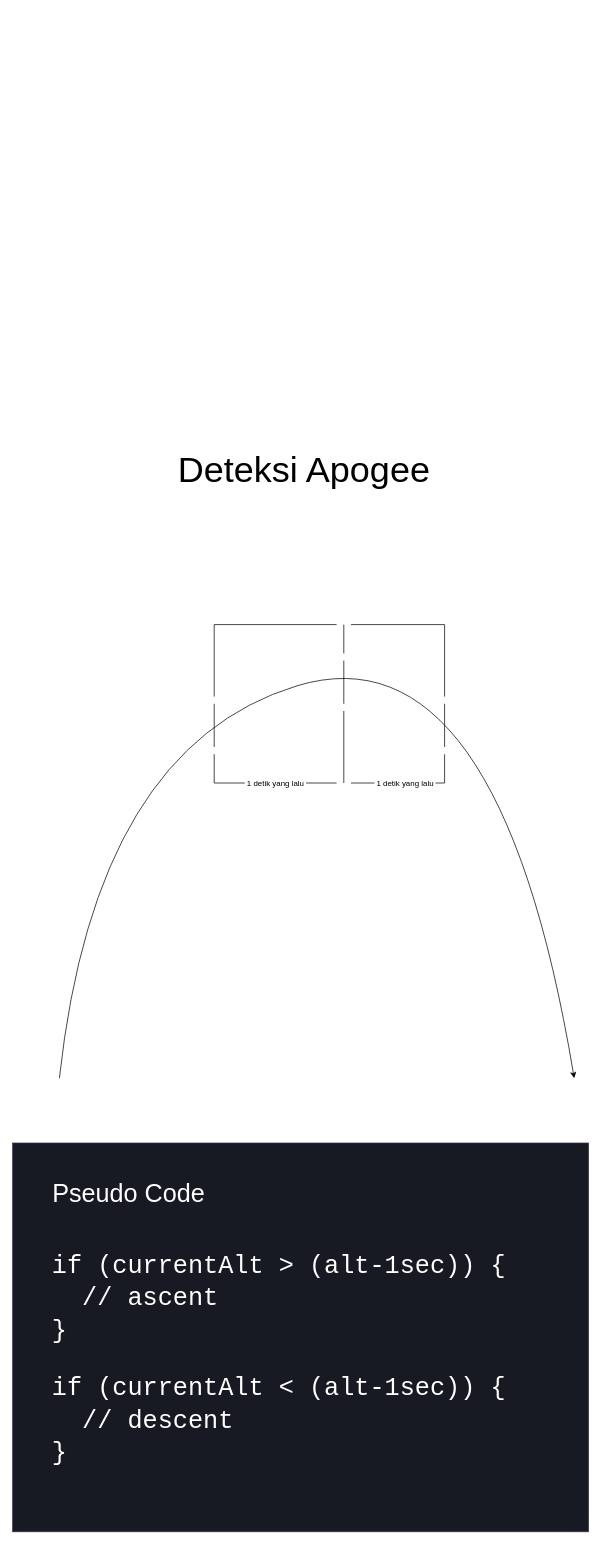
Above: page "Apogee Detection" (7 of 9) of Mekanisme.drawio in reacto11mecha/draft-model-rocket (draw.io), before the change. Source tidied: cells renumbered, new cells numbered last; positions are measured from the earlier drawing's top-left corner, leaving out a move shared by most shapes. Both pictures are drawn from the tidied source at 72%, with x=0, y=0 at pixel (12, 415).
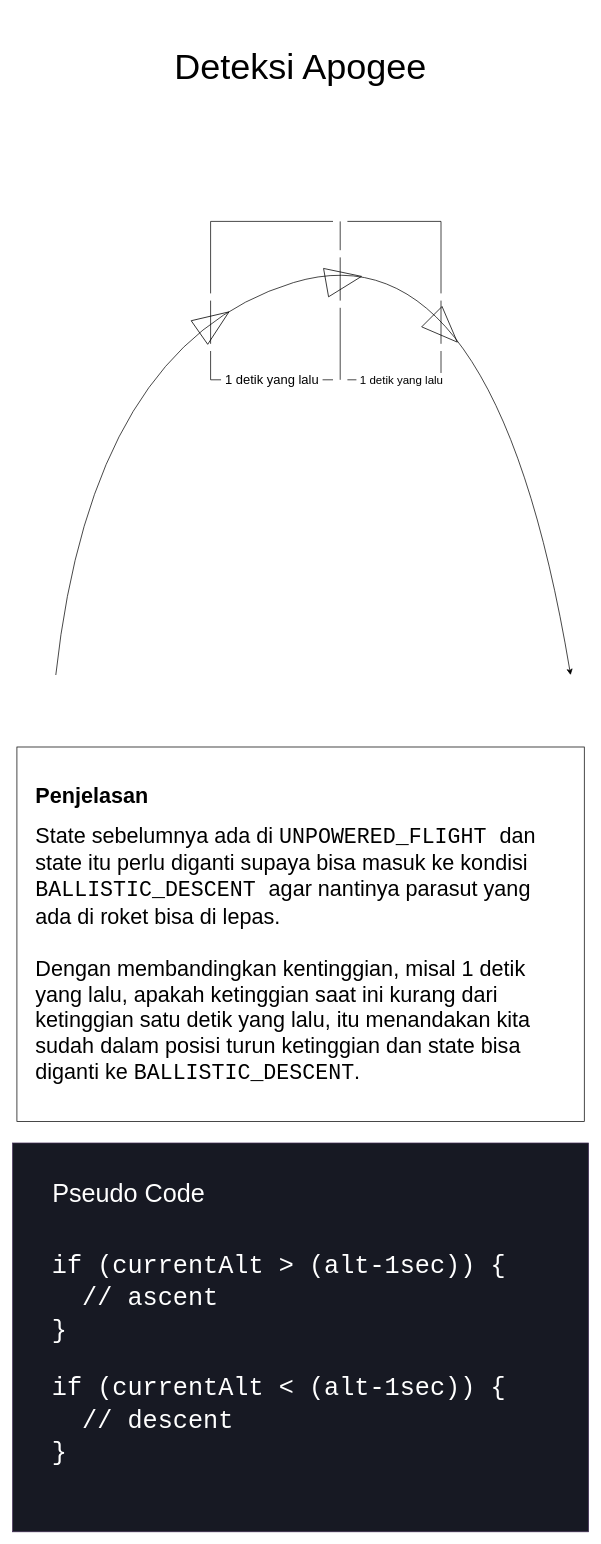
Above is the later version.

Commit message (it also covers changes not shown here):
menambahkan penjelasan

Change to the diagram source:
```diff
@@
+    <mxCell id="22" style="triangle;whiteSpace=wrap;html=1;fontFamily=Courier New;fontSize=16;rotation=45;" parent="1" vertex="1">
+      <mxGeometry x="575" y="-140" width="50" height="40" as="geometry" />
+    </mxCell>
+    <mxCell id="23" style="triangle;whiteSpace=wrap;html=1;fontFamily=Courier New;fontSize=16;rotation=-10;" parent="1" vertex="1">
+      <mxGeometry x="435" y="-209.3" width="50" height="40" as="geometry" />
+    </mxCell>
+    <mxCell id="24" style="triangle;whiteSpace=wrap;html=1;fontFamily=Courier New;fontSize=16;rotation=-35;" parent="1" vertex="1">
+      <mxGeometry x="255" y="-150" width="50" height="40" as="geometry" />
+    </mxCell>
     <mxCell id="2" style="curved=1;endArrow=classic;html=1;rounded=0;" parent="1" edge="1">
       <mxGeometry relative="1" as="geometry">
-        <mxPoint x="65" y="920" as="sourcePoint" />
-        <mxPoint x="780" y="920" as="targetPoint" />
+        <mxPoint x="60" y="360" as="sourcePoint" />
+        <mxPoint x="775" y="360" as="targetPoint" />
         <Array as="points">
-          <mxPoint x="115" y="460" />
-          <mxPoint x="675" y="290" />
+          <mxPoint x="110" y="-100" />
+          <mxPoint x="670" y="-270" />
         </Array>
       </mxGeometry>
     </mxCell>
     <mxCell id="3" value="&lt;font style=&quot;font-size: 50px&quot;&gt;Deteksi Apogee&lt;/font&gt;" style="text;html=1;strokeColor=none;fillColor=none;align=center;verticalAlign=middle;whiteSpace=wrap;rounded=0;fontSize=20;" parent="1" vertex="1">
-      <mxGeometry x="155" width="499.5" height="150" as="geometry" />
+      <mxGeometry x="150" y="-560" width="499.5" height="150" as="geometry" />
     </mxCell>
     <mxCell id="4" style="endArrow=none;html=1;rounded=0;" parent="1" edge="1">
       <mxGeometry relative="1" as="geometry">
-        <mxPoint x="460" y="400" as="sourcePoint" />
-        <mxPoint x="460" y="340" as="targetPoint" />
+        <mxPoint x="455" y="-160" as="sourcePoint" />
+        <mxPoint x="455" y="-220" as="targetPoint" />
       </mxGeometry>
     </mxCell>
     <mxCell id="5" style="endArrow=none;html=1;rounded=0;" parent="1" edge="1">
       <mxGeometry relative="1" as="geometry">
-        <mxPoint x="280" y="460" as="sourcePoint" />
-        <mxPoint x="280" y="400" as="targetPoint" />
+        <mxPoint x="275" y="-100" as="sourcePoint" />
+        <mxPoint x="275" y="-160" as="targetPoint" />
       </mxGeometry>
     </mxCell>
     <mxCell id="6" style="endArrow=none;html=1;rounded=0;" parent="1" edge="1">
       <mxGeometry relative="1" as="geometry">
-        <mxPoint x="600" y="460" as="sourcePoint" />
-        <mxPoint x="600" y="400" as="targetPoint" />
+        <mxPoint x="595" y="-100" as="sourcePoint" />
+        <mxPoint x="595" y="-160" as="targetPoint" />
       </mxGeometry>
     </mxCell>
     <mxCell id="7" style="endArrow=none;html=1;rounded=0;" parent="1" edge="1">
       <mxGeometry relative="1" as="geometry">
-        <mxPoint x="460" y="330" as="sourcePoint" />
-        <mxPoint x="460" y="290" as="targetPoint" />
+        <mxPoint x="455" y="-230" as="sourcePoint" />
+        <mxPoint x="455" y="-270" as="targetPoint" />
       </mxGeometry>
     </mxCell>
     <mxCell id="8" style="endArrow=none;html=1;rounded=0;" parent="1" edge="1">
       <mxGeometry relative="1" as="geometry">
-        <mxPoint x="280" y="390" as="sourcePoint" />
-        <mxPoint x="280" y="290" as="targetPoint" />
+        <mxPoint x="275" y="-170" as="sourcePoint" />
+        <mxPoint x="275" y="-270" as="targetPoint" />
       </mxGeometry>
     </mxCell>
     <mxCell id="9" style="endArrow=none;html=1;rounded=0;" parent="1" edge="1">
       <mxGeometry relative="1" as="geometry">
-        <mxPoint x="280" y="290" as="sourcePoint" />
-        <mxPoint x="450" y="290" as="targetPoint" />
+        <mxPoint x="275" y="-270" as="sourcePoint" />
+        <mxPoint x="445" y="-270" as="targetPoint" />
       </mxGeometry>
     </mxCell>
     <mxCell id="10" style="endArrow=none;html=1;rounded=0;" parent="1" edge="1">
       <mxGeometry relative="1" as="geometry">
-        <mxPoint x="280" y="510" as="sourcePoint" />
-        <mxPoint x="280" y="470" as="targetPoint" />
+        <mxPoint x="275" y="-50" as="sourcePoint" />
+        <mxPoint x="275" y="-90" as="targetPoint" />
       </mxGeometry>
     </mxCell>
-    <mxCell id="11" value="&amp;nbsp;1 detik yang lalu&amp;nbsp;" style="endArrow=none;html=1;rounded=0;" parent="1" edge="1">
+    <mxCell id="11" value="&lt;font style=&quot;font-size: 18px&quot;&gt;&amp;nbsp;1 detik yang lalu&amp;nbsp;&lt;/font&gt;" style="endArrow=none;html=1;rounded=0;" parent="1" edge="1">
       <mxGeometry relative="1" as="geometry">
-        <mxPoint x="280" y="510" as="sourcePoint" />
-        <mxPoint x="450" y="510" as="targetPoint" />
+        <mxPoint x="275" y="-50" as="sourcePoint" />
+        <mxPoint x="445" y="-50" as="targetPoint" />
       </mxGeometry>
     </mxCell>
     <mxCell id="12" style="endArrow=none;html=1;rounded=0;" parent="1" edge="1">
       <mxGeometry relative="1" as="geometry">
-        <mxPoint x="600" y="510" as="sourcePoint" />
-        <mxPoint x="600" y="470" as="targetPoint" />
+        <mxPoint x="595" y="-50" as="sourcePoint" />
+        <mxPoint x="595" y="-90" as="targetPoint" />
       </mxGeometry>
     </mxCell>
     <mxCell id="13" style="endArrow=none;html=1;rounded=0;" parent="1" edge="1">
       <mxGeometry relative="1" as="geometry">
-        <mxPoint x="470" y="510" as="sourcePoint" />
-        <mxPoint x="600" y="510" as="targetPoint" />
+        <mxPoint x="465" y="-50" as="sourcePoint" />
+        <mxPoint x="595" y="-50" as="targetPoint" />
       </mxGeometry>
     </mxCell>
-    <mxCell id="14" value="&amp;nbsp;1 detik yang lalu&amp;nbsp;" style="edgeLabel;html=1;align=center;verticalAlign=middle;" parent="13" vertex="1">
+    <mxCell id="14" value="&lt;font style=&quot;font-size: 16px&quot;&gt;&amp;nbsp;1 detik yang lalu&amp;nbsp;&lt;/font&gt;" style="edgeLabel;html=1;align=center;verticalAlign=middle;" parent="13" vertex="1">
       <mxGeometry x="0.14" y="1" relative="1" as="geometry" />
     </mxCell>
     <mxCell id="15" style="endArrow=none;html=1;rounded=0;" parent="1" edge="1">
       <mxGeometry relative="1" as="geometry">
-        <mxPoint x="460" y="510" as="sourcePoint" />
-        <mxPoint x="460" y="410" as="targetPoint" />
+        <mxPoint x="455" y="-50" as="sourcePoint" />
+        <mxPoint x="455" y="-150" as="targetPoint" />
       </mxGeometry>
     </mxCell>
     <mxCell id="16" style="endArrow=none;html=1;rounded=0;" parent="1" edge="1">
       <mxGeometry relative="1" as="geometry">
-        <mxPoint x="470" y="290" as="sourcePoint" />
-        <mxPoint x="600" y="290" as="targetPoint" />
+        <mxPoint x="465" y="-270" as="sourcePoint" />
+        <mxPoint x="595" y="-270" as="targetPoint" />
       </mxGeometry>
     </mxCell>
     <mxCell id="17" style="endArrow=none;html=1;rounded=0;" parent="1" edge="1">
       <mxGeometry relative="1" as="geometry">
-        <mxPoint x="600" y="390" as="sourcePoint" />
-        <mxPoint x="600" y="290" as="targetPoint" />
+        <mxPoint x="595" y="-170" as="sourcePoint" />
+        <mxPoint x="595" y="-270" as="targetPoint" />
       </mxGeometry>
     </mxCell>
@@
+    <mxCell id="25" style="rounded=0;whiteSpace=wrap;html=1;" parent="1" vertex="1">
+      <mxGeometry x="6" y="460" width="788" height="520" as="geometry" />
+    </mxCell>
+    <mxCell id="26" value="&lt;h1 style=&quot;font-size: 30px&quot;&gt;&lt;font style=&quot;font-size: 30px&quot;&gt;Penjelasan&lt;/font&gt;&lt;/h1&gt;&lt;div style=&quot;font-size: 30px&quot;&gt;&lt;font style=&quot;font-size: 30px&quot;&gt;State sebelumnya ada di&amp;nbsp;&lt;font face=&quot;Courier New&quot; style=&quot;font-size: 30px&quot;&gt;UNPOWERED_FLIGHT &lt;/font&gt;dan state itu perlu diganti supaya bisa masuk ke kondisi &lt;font face=&quot;Courier New&quot; style=&quot;font-size: 30px&quot;&gt;BALLISTIC_DESCENT &lt;/font&gt;agar nantinya parasut yang ada di roket bisa di lepas.&lt;/font&gt;&lt;/div&gt;&lt;div style=&quot;font-size: 30px&quot;&gt;&lt;font style=&quot;font-size: 30px&quot;&gt;&lt;br&gt;&lt;/font&gt;&lt;/div&gt;&lt;div style=&quot;font-size: 30px&quot;&gt;&lt;font style=&quot;font-size: 30px&quot;&gt;Dengan membandingkan kentinggian, misal 1 detik yang lalu, apakah ketinggian saat ini kurang dari ketinggian satu detik yang lalu, itu menandakan kita sudah dalam posisi turun ketinggian dan state bisa diganti ke &lt;font face=&quot;Courier New&quot;&gt;BALLISTIC_DESCENT&lt;/font&gt;.&lt;/font&gt;&lt;/div&gt;" style="text;html=1;strokeColor=none;fillColor=none;spacing=5;spacingTop=-20;whiteSpace=wrap;overflow=hidden;rounded=0;align=left;" parent="1" vertex="1">
+      <mxGeometry x="27.2" y="500" width="745" height="440" as="geometry" />
+    </mxCell>
```
